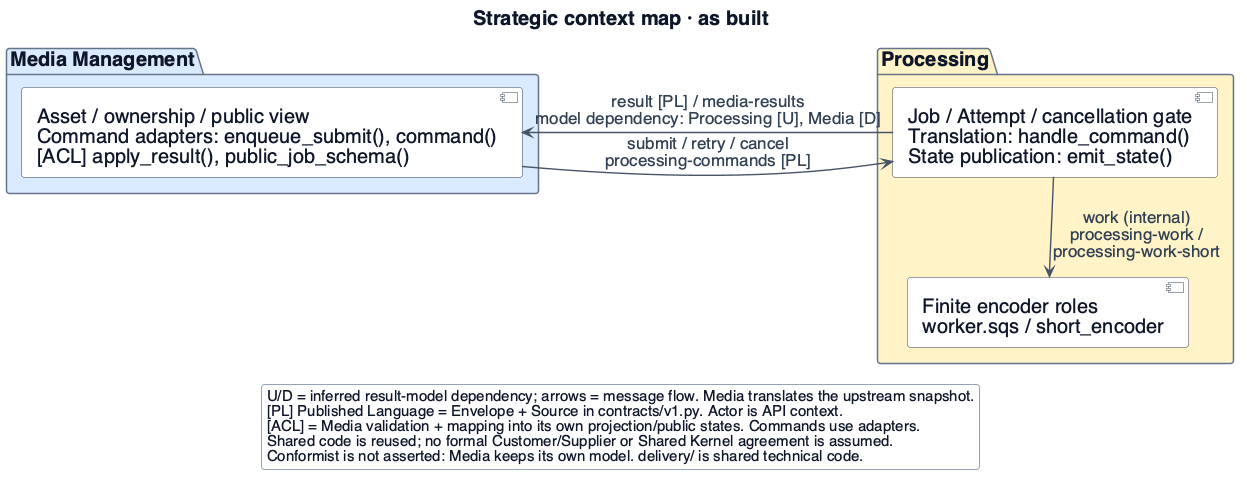
Before: project-documentation/final-report/figures/arch-context-map.png, a diagram exported from PlantUML (Collaboration95/dc2).
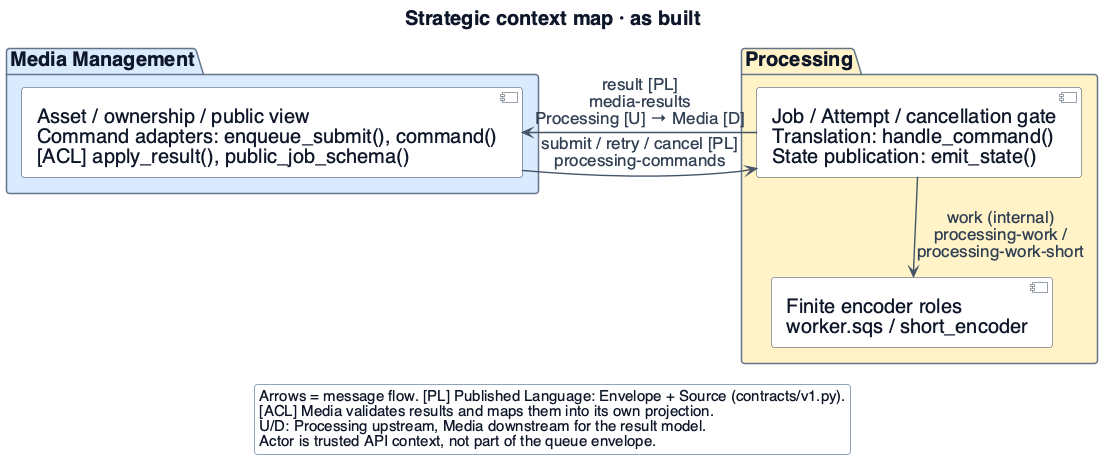
The same diagram one commit later.

Change to the diagram source:
```diff
@@ -25,13 +25,12 @@
  component "Finite encoder roles\nworker.sqs / short_encoder" as E
  P -down-> E : work (internal)\nprocessing-work /\nprocessing-work-short
 }
-M -right-> P : submit / retry / cancel\nprocessing-commands [PL]
-P -left-> M : result [PL] / media-results\nmodel dependency: Processing [U], Media [D]
+M -right-> P : submit / retry / cancel [PL]\nprocessing-commands
+P -left-> M : result [PL]\nmedia-results\nProcessing [U] → Media [D]
 legend bottom
-  U/D = inferred result-model dependency; arrows = message flow. Media translates the upstream snapshot.
-  [PL] Published Language = Envelope + Source in contracts/v1.py. Actor is API context.
-  [ACL] = Media validation + mapping into its own projection/public states. Commands use adapters.
-  Shared code is reused; no formal Customer/Supplier or Shared Kernel agreement is assumed.
-  Conformist is not asserted: Media keeps its own model. delivery/ is shared technical code.
+  Arrows = message flow. [PL] Published Language: Envelope + Source (contracts/v1.py).
+  [ACL] Media validates results and maps them into its own projection.
+  U/D: Processing upstream, Media downstream for the result model.
+  Actor is trusted API context, not part of the queue envelope.
 endlegend
 @enduml
```
